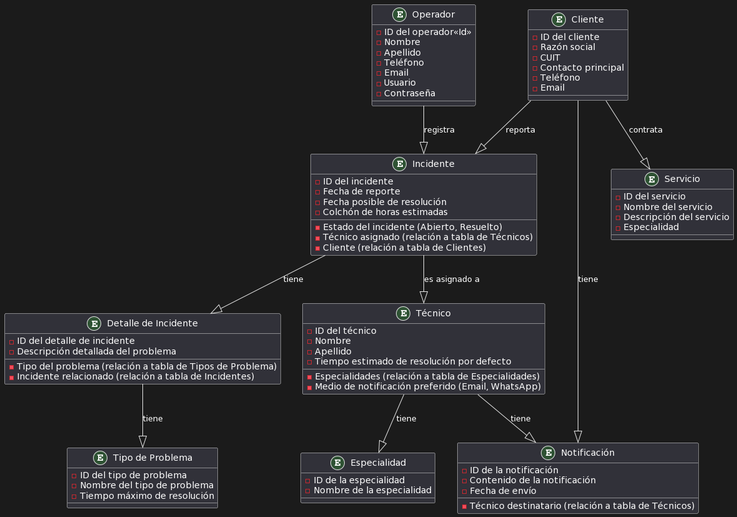
Earlier version of the PlantUML export uml.png (Marcos-Castillo/final-utn-g03).
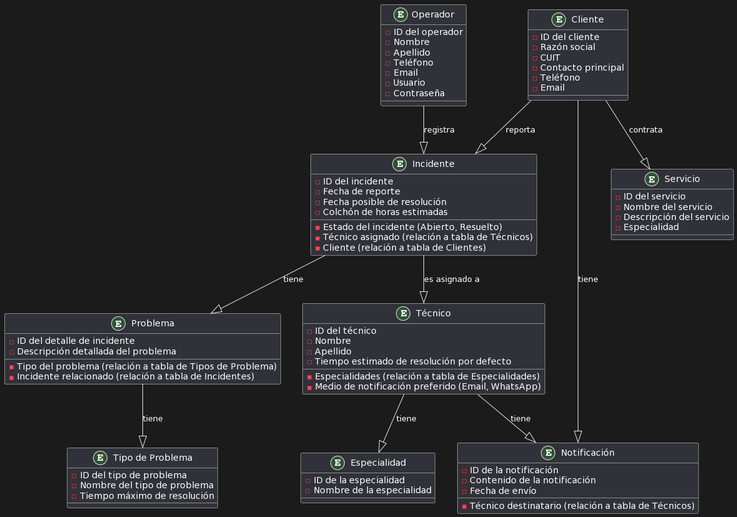
After the change.

What changed in the source:
```diff
@@ -12,7 +12,7 @@
 }
 
 ENTITY Operador {
-    - ID del operador<<Id>>
+    - ID del operador
     - Nombre
     - Apellido
     - Teléfono
@@ -40,7 +40,7 @@
     - Cliente (relación a tabla de Clientes)
 }
 
-ENTITY "Detalle de Incidente" {
+ENTITY "Problema" {
     - ID del detalle de incidente
     - Descripción detallada del problema
     - Tipo del problema (relación a tabla de Tipos de Problema)
@@ -78,7 +78,7 @@
 Técnico --|> Notificación : tiene
 Cliente --|> Notificación : tiene
 Incidente --|> Técnico : es asignado a
-Incidente --|> "Detalle de Incidente" : tiene
-"Detalle de Incidente" --|> "Tipo de Problema" : tiene
+Incidente --|> "Problema" : tiene
+"Problema" --|> "Tipo de Problema" : tiene
 Operador --|> Incidente : registra
 @enduml
```
